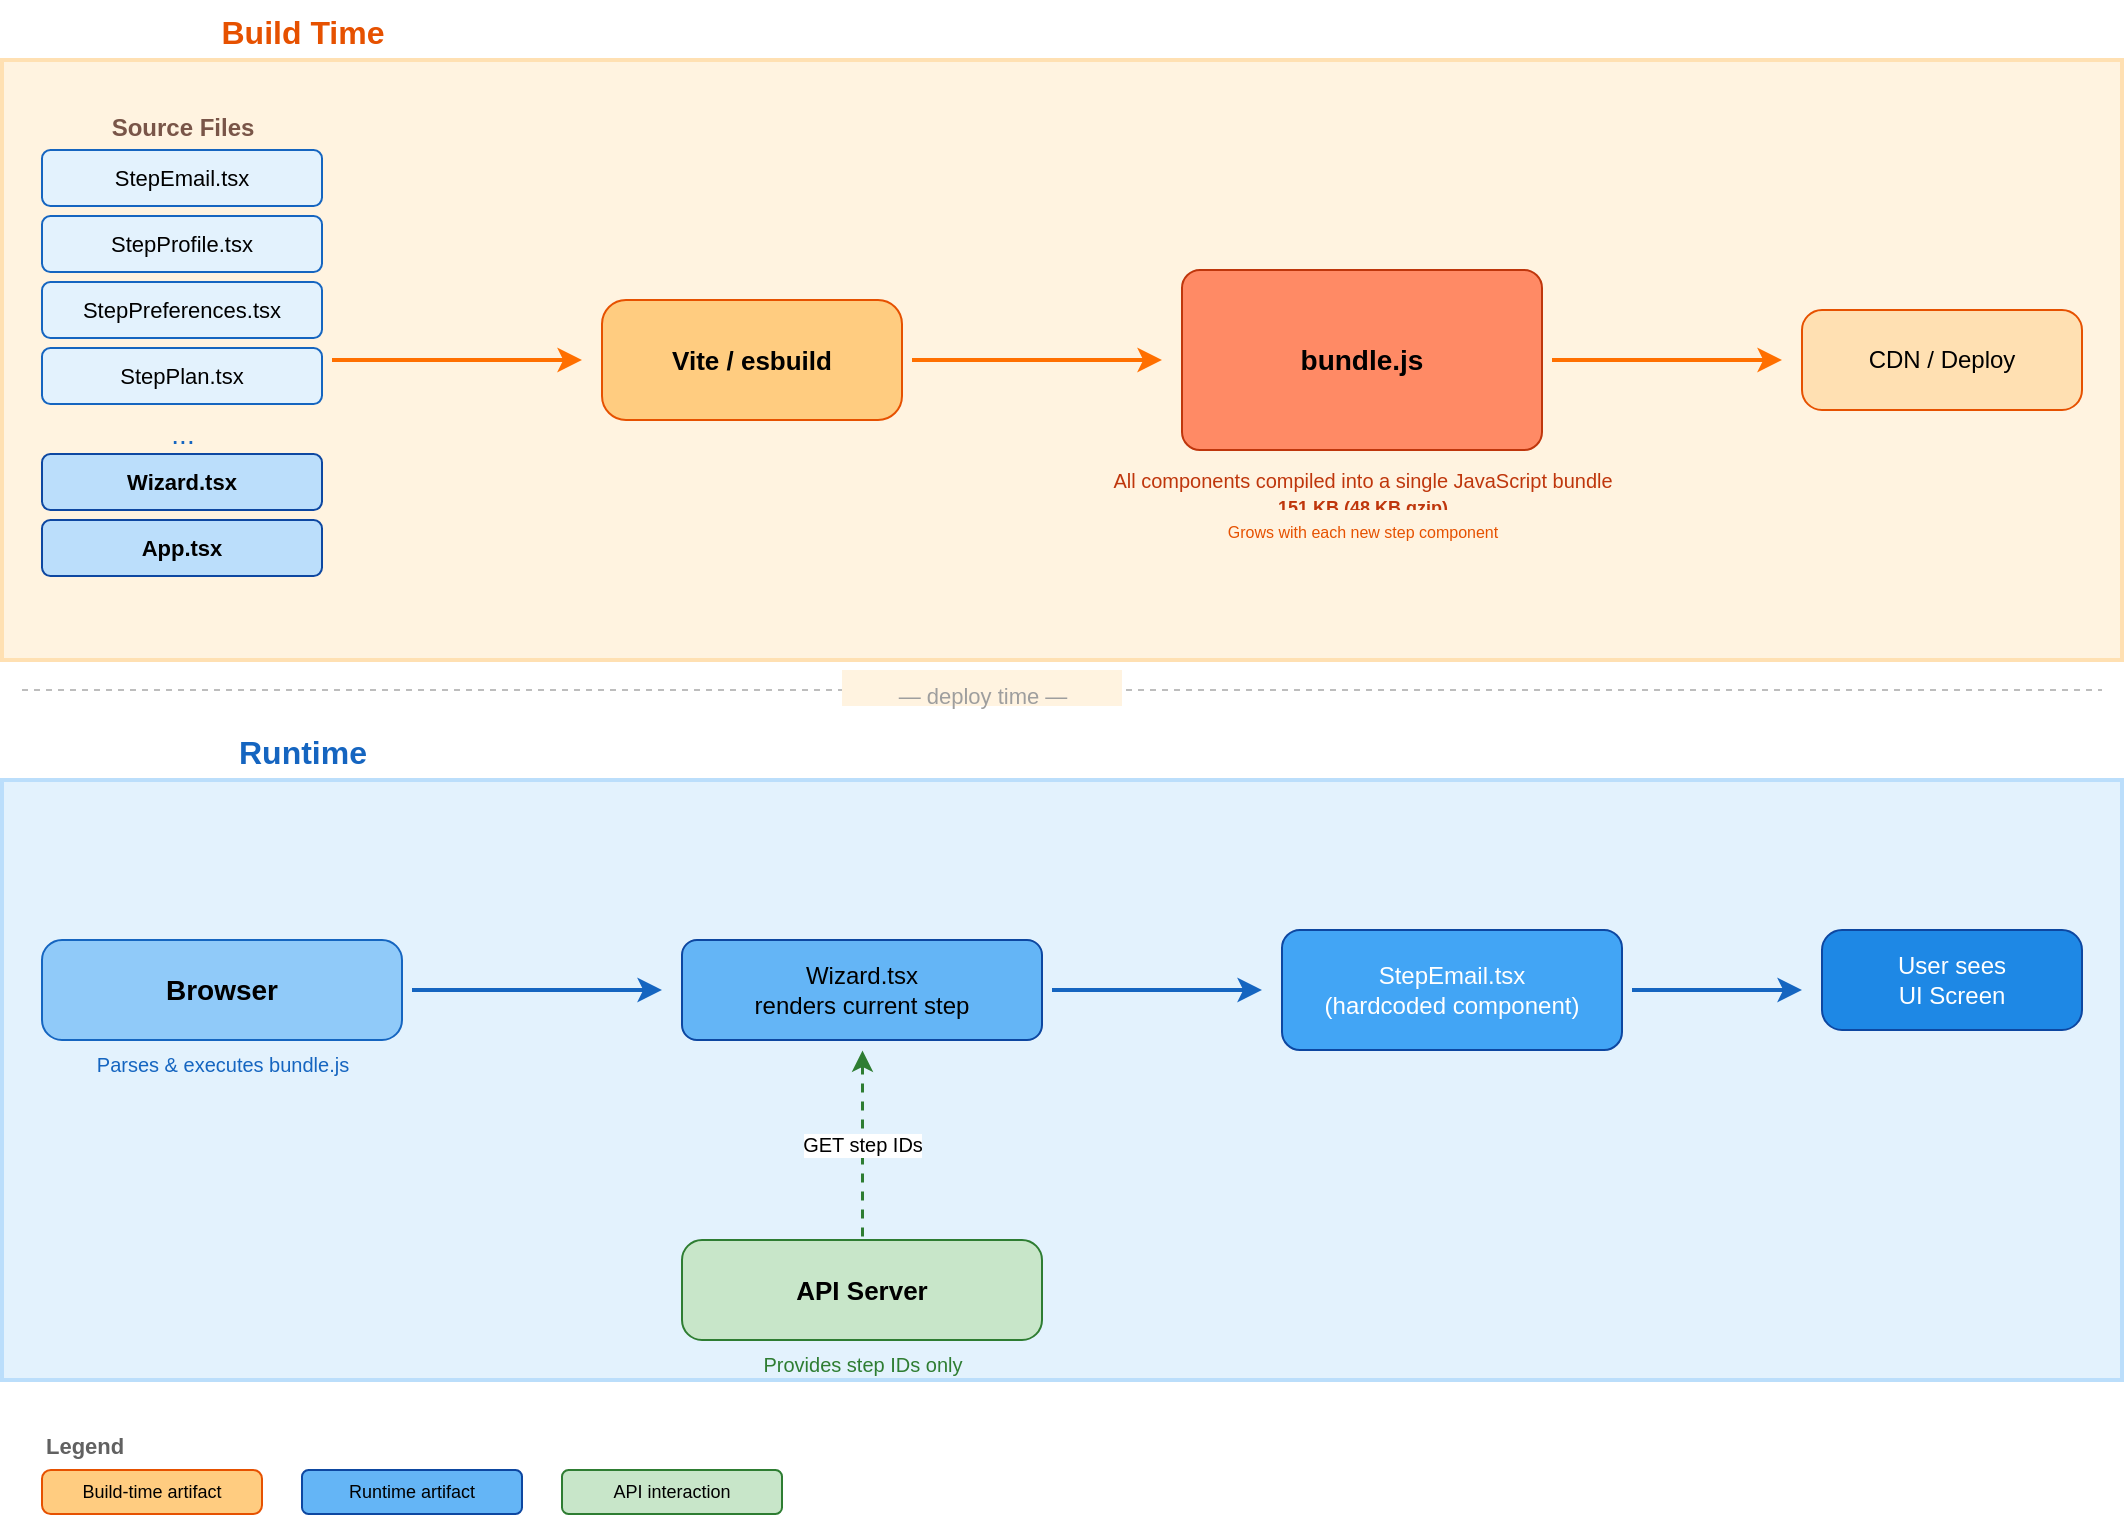
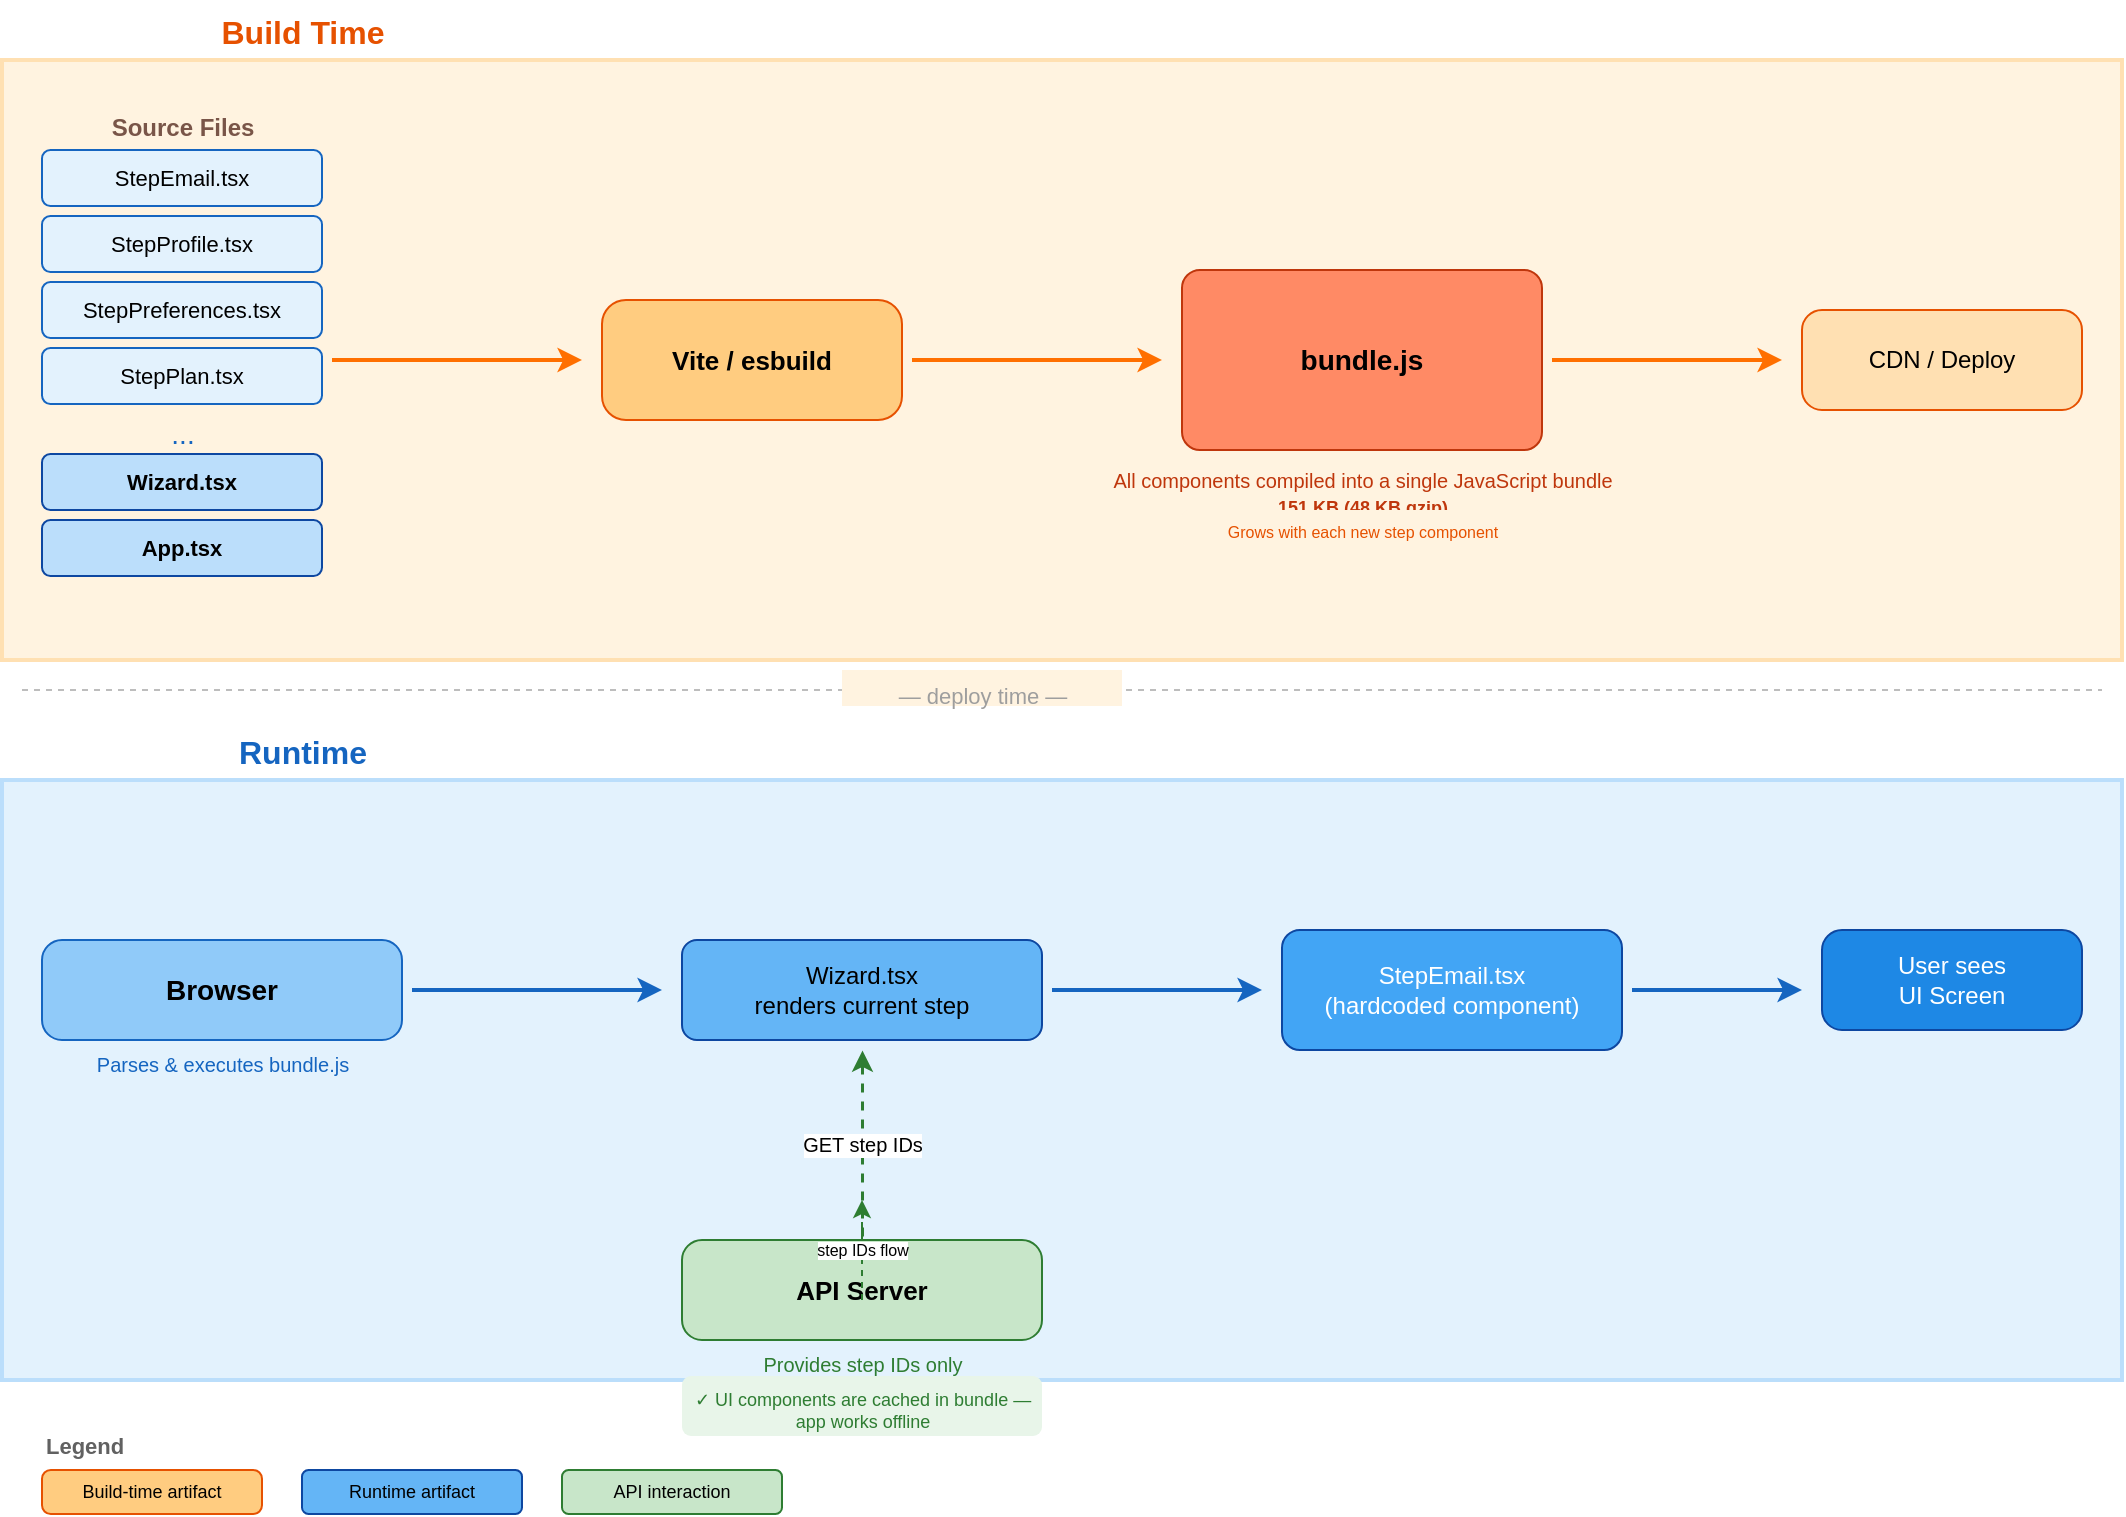
<mxfile host="app.diagrams.net" modified="2026-07-02T09:00:00Z" agent="Mozilla/5.0" version="24.2.5">
  <diagram id="flow" name="Architecture Flow">
    <mxGraphModel dx="0" dy="0" grid="1" gridSize="10" guides="1" tooltips="1" connect="1" arrows="1" fold="1" page="1" pageScale="1" pageWidth="1100" pageHeight="850" math="0" shadow="0">
      <root>
        <mxCell id="0" />
        <mxCell id="1" parent="0" />

        <!-- Section: Build Time -->
        <mxCell id="s-build" value="Build Time" style="text;html=1;strokeColor=none;fillColor=none;align=center;fontSize=16;fontStyle=1;fontColor=#e65100;" vertex="1" parent="1">
          <mxGeometry x="20" y="10" width="300" height="30" as="geometry" />
        </mxCell>

        <mxCell id="bg-build" value="" style="rounded=0;whiteSpace=window;fillColor=#fff3e0;strokeColor=#ffe0b2;strokeWidth=2;fontSize=12;html=1;" vertex="1" parent="1">
          <mxGeometry x="20" y="40" width="1060" height="300" as="geometry" />
        </mxCell>

        <!-- Source files column -->
        <mxCell id="src-label" value="Source Files" style="text;html=1;strokeColor=none;fillColor=none;align=center;fontSize=12;fontColor=#795548;fontStyle=1;" vertex="1" parent="1">
          <mxGeometry x="40" y="60" width="140" height="20" as="geometry" />
        </mxCell>

        <mxCell id="src-step-email" value="StepEmail.tsx" style="rounded=1;whiteSpace=wrap;html=1;fillColor=#e3f2fd;strokeColor=#1565c0;fontSize=11;" vertex="1" parent="1">
          <mxGeometry x="40" y="85" width="140" height="28" as="geometry" />
        </mxCell>

        <mxCell id="src-step-profile" value="StepProfile.tsx" style="rounded=1;whiteSpace=wrap;html=1;fillColor=#e3f2fd;strokeColor=#1565c0;fontSize=11;" vertex="1" parent="1">
          <mxGeometry x="40" y="118" width="140" height="28" as="geometry" />
        </mxCell>

        <mxCell id="src-step-prefs" value="StepPreferences.tsx" style="rounded=1;whiteSpace=wrap;html=1;fillColor=#e3f2fd;strokeColor=#1565c0;fontSize=11;" vertex="1" parent="1">
          <mxGeometry x="40" y="151" width="140" height="28" as="geometry" />
        </mxCell>

        <mxCell id="src-step-plan" value="StepPlan.tsx" style="rounded=1;whiteSpace=wrap;html=1;fillColor=#e3f2fd;strokeColor=#1565c0;fontSize=11;" vertex="1" parent="1">
          <mxGeometry x="40" y="184" width="140" height="28" as="geometry" />
        </mxCell>

        <mxCell id="src-ellipsis" value="..." style="text;html=1;strokeColor=none;fillColor=none;align=center;fontSize=14;fontColor=#1565c0;" vertex="1" parent="1">
          <mxGeometry x="40" y="212" width="140" height="20" as="geometry" />
        </mxCell>

        <mxCell id="src-wizard" value="Wizard.tsx" style="rounded=1;whiteSpace=wrap;html=1;fillColor=#bbdefb;strokeColor=#0d47a1;fontSize=11;fontStyle=1;" vertex="1" parent="1">
          <mxGeometry x="40" y="237" width="140" height="28" as="geometry" />
        </mxCell>

        <mxCell id="src-app" value="App.tsx" style="rounded=1;whiteSpace=wrap;html=1;fillColor=#bbdefb;strokeColor=#0d47a1;fontSize=11;fontStyle=1;" vertex="1" parent="1">
          <mxGeometry x="40" y="270" width="140" height="28" as="geometry" />
        </mxCell>

        <!-- Arrow: source files → build tool -->
        <mxCell id="arrow-src-build" value="" style="edgeStyle=orthogonalEdgeStyle;rounded=0;orthogonalLoop=1;jettySize=auto;html=1;exitX=1;exitY=0.5;entryX=0;entryY=0.5;strokeWidth=2;strokeColor=#ff6f00;" edge="1" parent="1">
          <mxGeometry relative="1" as="geometry">
            <mxPoint x="185" y="190" as="sourcePoint" />
            <mxPoint x="310" y="190" as="targetPoint" />
          </mxGeometry>
        </mxCell>

        <!-- Build tool -->
        <mxCell id="build-tool" value="Vite / esbuild" style="rounded=1;whiteSpace=wrap;html=1;fillColor=#ffcc80;strokeColor=#e65100;fontSize=13;fontStyle=1;arcSize=20;" vertex="1" parent="1">
          <mxGeometry x="320" y="160" width="150" height="60" as="geometry" />
        </mxCell>

        <!-- Arrow: build tool → bundle -->
        <mxCell id="arrow-build-bundle" value="" style="edgeStyle=orthogonalEdgeStyle;rounded=0;orthogonalLoop=1;jettySize=auto;html=1;exitX=1;exitY=0.5;entryX=0;entryY=0.5;strokeWidth=2;strokeColor=#ff6f00;" edge="1" parent="1">
          <mxGeometry relative="1" as="geometry">
            <mxPoint x="475" y="190" as="sourcePoint" />
            <mxPoint x="600" y="190" as="targetPoint" />
          </mxGeometry>
        </mxCell>

        <!-- Bundle -->
        <mxCell id="bundle" value="bundle.js" style="rounded=1;whiteSpace=wrap;html=1;fillColor=#ff8a65;strokeColor=#bf360c;fontSize=14;fontStyle=1;arcSize=10;" vertex="1" parent="1">
          <mxGeometry x="610" y="145" width="180" height="90" as="geometry" />
        </mxCell>

        <mxCell id="bundle-note" value="All components compiled into a single JavaScript bundle" style="text;html=1;strokeColor=none;fillColor=none;align=center;fontSize=10;fontColor=#bf360c;fontStyle=0;" vertex="1" parent="1">
          <mxGeometry x="610" y="238" width="180" height="16" as="geometry" />
        </mxCell>

        <mxCell id="bundle-size" value="151 KB (48 KB gzip)" style="text;html=1;strokeColor=none;fillColor=none;align=center;fontSize=9;fontColor=#bf360c;fontStyle=1;" vertex="1" parent="1">
          <mxGeometry x="610" y="252" width="180" height="14" as="geometry" />
        </mxCell>

        <mxCell id="bundle-scale-note" value="Grows with each new step component" style="text;html=1;strokeColor=none;fillColor=#fff3e0;align=center;fontSize=8;fontColor=#e65100;rounded=1;" vertex="1" parent="1">
          <mxGeometry x="610" y="265" width="180" height="18" as="geometry" />
        </mxCell>

        <!-- Arrow: bundle → deploy -->
        <mxCell id="arrow-bundle-deploy" value="" style="edgeStyle=orthogonalEdgeStyle;rounded=0;orthogonalLoop=1;jettySize=auto;html=1;exitX=1;exitY=0.5;entryX=0;entryY=0.5;strokeWidth=2;strokeColor=#ff6f00;" edge="1" parent="1">
          <mxGeometry relative="1" as="geometry">
            <mxPoint x="795" y="190" as="sourcePoint" />
            <mxPoint x="910" y="190" as="targetPoint" />
          </mxGeometry>
        </mxCell>

        <!-- Deploy -->
        <mxCell id="deploy" value="CDN / Deploy" style="rounded=1;whiteSpace=wrap;html=1;fillColor=#ffe0b2;strokeColor=#e65100;fontSize=12;arcSize=20;" vertex="1" parent="1">
          <mxGeometry x="920" y="165" width="140" height="50" as="geometry" />
        </mxCell>

        <!-- Divider -->
        <mxCell id="divider-line" value="" style="line;strokeWidth=1;strokeColor=#bdbdbd;dashed=1;html=1;" vertex="1" parent="1">
          <mxGeometry x="30" y="350" width="1040" height="10" as="geometry" />
        </mxCell>

        <mxCell id="divider-label" value="— deploy time —" style="text;html=1;strokeColor=none;fillColor=#fff3e0;align=center;fontSize=11;fontColor=#9e9e9e;" vertex="1" parent="1">
          <mxGeometry x="440" y="345" width="140" height="18" as="geometry" />
        </mxCell>

        <!-- Section: Runtime -->
        <mxCell id="s-runtime" value="Runtime" style="text;html=1;strokeColor=none;fillColor=none;align=center;fontSize=16;fontStyle=1;fontColor=#1565c0;" vertex="1" parent="1">
          <mxGeometry x="20" y="370" width="300" height="30" as="geometry" />
        </mxCell>

        <mxCell id="bg-runtime" value="" style="rounded=0;whiteSpace=window;fillColor=#e3f2fd;strokeColor=#bbdefb;strokeWidth=2;fontSize=12;html=1;" vertex="1" parent="1">
          <mxGeometry x="20" y="400" width="1060" height="300" as="geometry" />
        </mxCell>

        <!-- Browser -->
        <mxCell id="browser" value="Browser" style="rounded=1;whiteSpace=wrap;html=1;fillColor=#90caf9;strokeColor=#1565c0;fontSize=14;fontStyle=1;arcSize=20;" vertex="1" parent="1">
          <mxGeometry x="40" y="480" width="180" height="50" as="geometry" />
        </mxCell>

        <mxCell id="browser-note" value="Parses &amp; executes bundle.js" style="text;html=1;strokeColor=none;fillColor=none;align=center;fontSize=10;fontColor=#1565c0;" vertex="1" parent="1">
          <mxGeometry x="40" y="530" width="180" height="16" as="geometry" />
        </mxCell>

        <!-- Arrow: browser → react renders -->
        <mxCell id="arrow-browser-react" value="" style="edgeStyle=orthogonalEdgeStyle;rounded=0;orthogonalLoop=1;jettySize=auto;html=1;exitX=1;exitY=0.5;entryX=0;entryY=0.5;strokeWidth=2;strokeColor=#1565c0;" edge="1" parent="1">
          <mxGeometry relative="1" as="geometry">
            <mxPoint x="225" y="505" as="sourcePoint" />
            <mxPoint x="350" y="505" as="targetPoint" />
          </mxGeometry>
        </mxCell>

        <!-- React renders step -->
        <mxCell id="react-render" value="Wizard.tsx&#10;renders current step" style="rounded=1;whiteSpace=wrap;html=1;fillColor=#64b5f6;strokeColor=#0d47a1;fontSize=12;" vertex="1" parent="1">
          <mxGeometry x="360" y="480" width="180" height="50" as="geometry" />
        </mxCell>

        <!-- Arrow: render → step component -->
        <mxCell id="arrow-render-step" value="" style="edgeStyle=orthogonalEdgeStyle;rounded=0;orthogonalLoop=1;jettySize=auto;html=1;exitX=1;exitY=0.5;entryX=0;entryY=0.5;strokeWidth=2;strokeColor=#1565c0;" edge="1" parent="1">
          <mxGeometry relative="1" as="geometry">
            <mxPoint x="545" y="505" as="sourcePoint" />
            <mxPoint x="650" y="505" as="targetPoint" />
          </mxGeometry>
        </mxCell>

        <!-- Step component -->
        <mxCell id="step-comp" value="StepEmail.tsx&#10;(hardcoded component)" style="rounded=1;whiteSpace=wrap;html=1;fillColor=#42a5f5;strokeColor=#0d47a1;fontSize=12;fontColor=#ffffff;" vertex="1" parent="1">
          <mxGeometry x="660" y="475" width="170" height="60" as="geometry" />
        </mxCell>

        <!-- Arrow: step → user sees -->
        <mxCell id="arrow-step-screen" value="" style="edgeStyle=orthogonalEdgeStyle;rounded=0;orthogonalLoop=1;jettySize=auto;html=1;exitX=1;exitY=0.5;entryX=0;entryY=0.5;strokeWidth=2;strokeColor=#1565c0;" edge="1" parent="1">
          <mxGeometry relative="1" as="geometry">
            <mxPoint x="835" y="505" as="sourcePoint" />
            <mxPoint x="920" y="505" as="targetPoint" />
          </mxGeometry>
        </mxCell>

        <!-- Screen -->
        <mxCell id="screen" value="User sees&#10;UI Screen" style="rounded=1;whiteSpace=wrap;html=1;fillColor=#1e88e5;strokeColor=#0d47a1;fontSize=12;fontColor=#ffffff;arcSize=20;" vertex="1" parent="1">
          <mxGeometry x="930" y="475" width="130" height="50" as="geometry" />
        </mxCell>

        <!-- API server interaction -->
        <mxCell id="api-server" value="API Server" style="rounded=1;whiteSpace=wrap;html=1;fillColor=#c8e6c9;strokeColor=#2e7d32;fontSize=13;fontStyle=1;arcSize=20;" vertex="1" parent="1">
          <mxGeometry x="360" y="630" width="180" height="50" as="geometry" />
        </mxCell>

        <mxCell id="api-note" value="Provides step IDs only" style="text;html=1;strokeColor=none;fillColor=none;align=center;fontSize=10;fontColor=#2e7d32;" vertex="1" parent="1">
          <mxGeometry x="360" y="680" width="180" height="16" as="geometry" />
+         </mxCell>
+ 
+         <mxCell id="offline-note" value="✓ UI components are cached in bundle —&#10;app works offline" style="text;html=1;strokeColor=none;fillColor=#e8f5e9;align=center;fontSize=9;fontColor=#2e7d32;rounded=1;" vertex="1" parent="1">
+           <mxGeometry x="360" y="698" width="180" height="30" as="geometry" />
+         </mxCell>
+ 
+         <mxCell id="dataflow-stepid" value="step IDs flow" style="edgeStyle=orthogonalEdgeStyle;rounded=0;orthogonalLoop=1;jettySize=auto;html=1;exitX=1;exitY=0.5;entryX=0;entryY=0.5;strokeWidth=1;strokeColor=#2e7d32;dashed=1;fontSize=8;" edge="1" parent="1">
+           <mxGeometry relative="1" as="geometry">
+             <mxPoint x="450" y="660" as="sourcePoint" />
+             <mxPoint x="450" y="610" as="targetPoint" />
+           </mxGeometry>
        </mxCell>

        <!-- Arrow: API → renderer -->
        <mxCell id="arrow-api-render" value="GET step IDs" style="edgeStyle=orthogonalEdgeStyle;rounded=0;orthogonalLoop=1;jettySize=auto;html=1;exitX=0.5;exitY=0;entryX=0.5;entryY=1;strokeWidth=1.5;strokeColor=#2e7d32;dashed=1;fontSize=10;" edge="1" parent="1">
          <mxGeometry relative="1" as="geometry">
            <mxPoint x="450" y="628" as="sourcePoint" />
            <mxPoint x="450" y="535" as="targetPoint" />
          </mxGeometry>
        </mxCell>

        <!-- Legend -->
        <mxCell id="legend" value="Legend" style="text;html=1;strokeColor=none;fillColor=none;align=left;fontSize=11;fontStyle=1;fontColor=#616161;" vertex="1" parent="1">
          <mxGeometry x="40" y="720" width="60" height="20" as="geometry" />
        </mxCell>

        <mxCell id="legend-bt" value="Build-time artifact" style="rounded=1;whiteSpace=wrap;html=1;fillColor=#ffcc80;strokeColor=#e65100;fontSize=9;arcSize=20;" vertex="1" parent="1">
          <mxGeometry x="40" y="745" width="110" height="22" as="geometry" />
        </mxCell>

        <mxCell id="legend-rt" value="Runtime artifact" style="rounded=1;whiteSpace=wrap;html=1;fillColor=#64b5f6;strokeColor=#0d47a1;fontSize=9;" vertex="1" parent="1">
          <mxGeometry x="170" y="745" width="110" height="22" as="geometry" />
        </mxCell>

        <mxCell id="legend-api" value="API interaction" style="rounded=1;whiteSpace=wrap;html=1;fillColor=#c8e6c9;strokeColor=#2e7d32;fontSize=9;" vertex="1" parent="1">
          <mxGeometry x="300" y="745" width="110" height="22" as="geometry" />
        </mxCell>
      </root>
    </mxGraphModel>
  </diagram>
  <diagram id="components" name="Component Hierarchy">
    <mxGraphModel dx="0" dy="0" grid="1" gridSize="10" guides="1" tooltips="1" connect="1" arrows="1" fold="1" page="1" pageScale="1" pageWidth="1100" pageHeight="850" math="0" shadow="0">
      <root>
        <mxCell id="0" />
        <mxCell id="1" parent="0" />

        <mxCell id="h-title" value="Component Hierarchy — Traditional Bundling" style="text;html=1;strokeColor=none;fillColor=none;align=center;fontSize=16;fontStyle=1;fontColor=#1565c0;" vertex="1" parent="1">
          <mxGeometry x="300" y="20" width="400" height="30" as="geometry" />
        </mxCell>

        <!-- App -->
        <mxCell id="h-app" value="App.tsx" style="rounded=1;whiteSpace=wrap;html=1;fillColor=#bbdefb;strokeColor=#0d47a1;fontSize=12;fontStyle=1;arcSize=20;" vertex="1" parent="1">
          <mxGeometry x="440" y="80" width="120" height="40" as="geometry" />
        </mxCell>

        <!-- WizardProvider -->
        <mxCell id="h-provider" value="WizardProvider&#10;(context / state)" style="rounded=1;whiteSpace=wrap;html=1;fillColor=#90caf9;strokeColor=#1565c0;fontSize=11;" vertex="1" parent="1">
          <mxGeometry x="440" y="160" width="120" height="50" as="geometry" />
        </mxCell>

        <mxCell id="h-edge-app-provider" value="" style="edgeStyle=orthogonalEdgeStyle;rounded=0;orthogonalLoop=1;jettySize=auto;html=1;exitX=0.5;exitY=1;entryX=0.5;entryY=0;strokeWidth=1.5;strokeColor=#1565c0;" edge="1" parent="1">
          <mxGeometry relative="1" as="geometry">
            <mxPoint x="500" y="120" as="sourcePoint" />
            <mxPoint x="500" y="160" as="targetPoint" />
          </mxGeometry>
        </mxCell>

        <!-- Wizard -->
        <mxCell id="h-wizard" value="Wizard.tsx" style="rounded=1;whiteSpace=wrap;html=1;fillColor=#64b5f6;strokeColor=#0d47a1;fontSize=12;fontStyle=1;" vertex="1" parent="1">
          <mxGeometry x="440" y="250" width="120" height="40" as="geometry" />
        </mxCell>

        <mxCell id="h-edge-provider-wizard" value="" style="edgeStyle=orthogonalEdgeStyle;rounded=0;orthogonalLoop=1;jettySize=auto;html=1;exitX=0.5;exitY=1;entryX=0.5;entryY=0;strokeWidth=1.5;strokeColor=#1565c0;" edge="1" parent="1">
          <mxGeometry relative="1" as="geometry">
            <mxPoint x="500" y="210" as="sourcePoint" />
            <mxPoint x="500" y="250" as="targetPoint" />
          </mxGeometry>
        </mxCell>

        <!-- ProgressBar -->
        <mxCell id="h-progress" value="ProgressBar&#10;(step dots)" style="rounded=1;whiteSpace=wrap;html=1;fillColor=#42a5f5;strokeColor=#0d47a1;fontSize=10;" vertex="1" parent="1">
          <mxGeometry x="130" y="340" width="120" height="40" as="geometry" />
        </mxCell>

        <mxCell id="h-edge-wizard-progress" value="" style="edgeStyle=orthogonalEdgeStyle;rounded=0;orthogonalLoop=1;jettySize=auto;html=1;exitX=0.5;exitY=1;entryX=0.5;entryY=0;strokeWidth=1.5;strokeColor=#1565c0;" edge="1" parent="1">
          <mxGeometry relative="1" as="geometry">
            <mxPoint x="460" y="290" as="sourcePoint" />
            <mxPoint x="190" y="340" as="targetPoint" />
          </mxGeometry>
        </mxCell>

        <!-- Step components group label -->
        <mxCell id="h-steps-label" value="Step Components (bundled)" style="text;html=1;strokeColor=none;fillColor=#e3f2fd;align=center;fontSize=11;fontStyle=1;fontColor=#1565c0;rounded=1;" vertex="1" parent="1">
          <mxGeometry x="280" y="330" width="140" height="22" as="geometry" />
        </mxCell>

        <mxCell id="h-steps-bg" value="" style="rounded=1;whiteSpace=window;fillColor=#e3f2fd;strokeColor=#bbdefb;strokeWidth=1;fontSize=12;html=1;dashed=1;" vertex="1" parent="1">
          <mxGeometry x="280" y="355" width="540" height="240" as="geometry" />
        </mxCell>

        <!-- StepEmail -->
        <mxCell id="h-step-email" value="StepEmail.tsx" style="rounded=1;whiteSpace=wrap;html=1;fillColor=#42a5f5;strokeColor=#1565c0;fontSize=10;fontColor=#ffffff;" vertex="1" parent="1">
          <mxGeometry x="300" y="370" width="150" height="30" as="geometry" />
        </mxCell>

        <!-- StepProfile -->
        <mxCell id="h-step-profile" value="StepProfile.tsx" style="rounded=1;whiteSpace=wrap;html=1;fillColor=#42a5f5;strokeColor=#1565c0;fontSize=10;fontColor=#ffffff;" vertex="1" parent="1">
          <mxGeometry x="300" y="410" width="150" height="30" as="geometry" />
        </mxCell>

        <!-- StepPreferences -->
        <mxCell id="h-step-prefs" value="StepPreferences.tsx" style="rounded=1;whiteSpace=wrap;html=1;fillColor=#42a5f5;strokeColor=#1565c0;fontSize=10;fontColor=#ffffff;" vertex="1" parent="1">
          <mxGeometry x="300" y="450" width="150" height="30" as="geometry" />
        </mxCell>

        <!-- StepPlan -->
        <mxCell id="h-step-plan" value="StepPlan.tsx" style="rounded=1;whiteSpace=wrap;html=1;fillColor=#42a5f5;strokeColor=#1565c0;fontSize=10;fontColor=#ffffff;" vertex="1" parent="1">
          <mxGeometry x="300" y="490" width="150" height="30" as="geometry" />
        </mxCell>

        <!-- StepBilling -->
        <mxCell id="h-step-billing" value="StepBilling.tsx (conditional)" style="rounded=1;whiteSpace=wrap;html=1;fillColor=#ef9a9a;strokeColor=#c62828;fontSize=10;fontColor=#ffffff;" vertex="1" parent="1">
          <mxGeometry x="480" y="370" width="170" height="30" as="geometry" />
        </mxCell>

        <!-- StepReview -->
        <mxCell id="h-step-review" value="StepReview.tsx" style="rounded=1;whiteSpace=wrap;html=1;fillColor=#42a5f5;strokeColor=#1565c0;fontSize=10;fontColor=#ffffff;" vertex="1" parent="1">
          <mxGeometry x="480" y="410" width="150" height="30" as="geometry" />
        </mxCell>

        <!-- StepConfirmation -->
        <mxCell id="h-step-confirm" value="StepConfirmation.tsx" style="rounded=1;whiteSpace=wrap;html=1;fillColor=#66bb6a;strokeColor=#2e7d32;fontSize=10;fontColor=#ffffff;" vertex="1" parent="1">
          <mxGeometry x="480" y="450" width="170" height="30" as="geometry" />
        </mxCell>

        <!-- Arrow from wizard to step group -->
        <mxCell id="h-edge-wizard-steps" value="switch(stepId)" style="edgeStyle=orthogonalEdgeStyle;rounded=0;orthogonalLoop=1;jettySize=auto;html=1;exitX=0.5;exitY=1;entryX=0.5;entryY=0;strokeWidth=1.5;strokeColor=#1565c0;fontSize=9;" edge="1" parent="1">
          <mxGeometry relative="1" as="geometry">
            <mxPoint x="440" y="290" as="sourcePoint" />
            <mxPoint x="550" y="355" as="targetPoint" />
          </mxGeometry>
        </mxCell>

        <!-- Note about sequential steps -->
        <mxCell id="h-sequential-note" value="Steps rendered in&#10;hardcoded sequence.&#10;Changing order = deploy." style="text;html=1;strokeColor=none;fillColor=#fff3e0;align=center;fontSize=9;fontColor=#e65100;rounded=1;" vertex="1" parent="1">
          <mxGeometry x="680" y="375" width="150" height="50" as="geometry" />
        </mxCell>

        <!-- Note about conditional -->
        <mxCell id="h-conditional-note" value="Billing step only shown&#10;when plan === &quot;pro&quot;" style="text;html=1;strokeColor=none;fillColor=none;align=left;fontSize=9;fontColor=#c62828;fontStyle=0;" vertex="1" parent="1">
          <mxGeometry x="480" y="495" width="170" height="30" as="geometry" />
        </mxCell>

        <!-- API note -->
        <mxCell id="h-api-note" value="API provides step IDs only.&#10;Client maps ID → component." style="text;html=1;strokeColor=none;fillColor=#e8f5e9;align=center;fontSize=9;fontColor=#2e7d32;rounded=1;" vertex="1" parent="1">
          <mxGeometry x="680" y="440" width="150" height="40" as="geometry" />
        </mxCell>

        <!-- Legend -->
        <mxCell id="h-legend" value="Legend" style="text;html=1;strokeColor=none;fillColor=none;align=left;fontSize=11;fontStyle=1;fontColor=#616161;" vertex="1" parent="1">
          <mxGeometry x="40" y="650" width="60" height="20" as="geometry" />
        </mxCell>

        <mxCell id="h-leg-wrapper" value="Container / layout" style="rounded=1;whiteSpace=wrap;html=1;fillColor=#90caf9;strokeColor=#1565c0;fontSize=9;" vertex="1" parent="1">
          <mxGeometry x="40" y="675" width="120" height="22" as="geometry" />
        </mxCell>
        <mxCell id="h-leg-step" value="Step component" style="rounded=1;whiteSpace=wrap;html=1;fillColor=#42a5f5;strokeColor=#1565c0;fontSize=9;fontColor=#ffffff;" vertex="1" parent="1">
          <mxGeometry x="180" y="675" width="120" height="22" as="geometry" />
        </mxCell>
        <mxCell id="h-leg-cond" value="Conditional" style="rounded=1;whiteSpace=wrap;html=1;fillColor=#ef9a9a;strokeColor=#c62828;fontSize=9;fontColor=#ffffff;" vertex="1" parent="1">
          <mxGeometry x="320" y="675" width="120" height="22" as="geometry" />
        </mxCell>
        <mxCell id="h-leg-final" value="Final / terminal" style="rounded=1;whiteSpace=wrap;html=1;fillColor=#66bb6a;strokeColor=#2e7d32;fontSize=9;fontColor=#ffffff;" vertex="1" parent="1">
          <mxGeometry x="460" y="675" width="120" height="22" as="geometry" />
        </mxCell>
      </root>
    </mxGraphModel>
  </diagram>
</mxfile>
